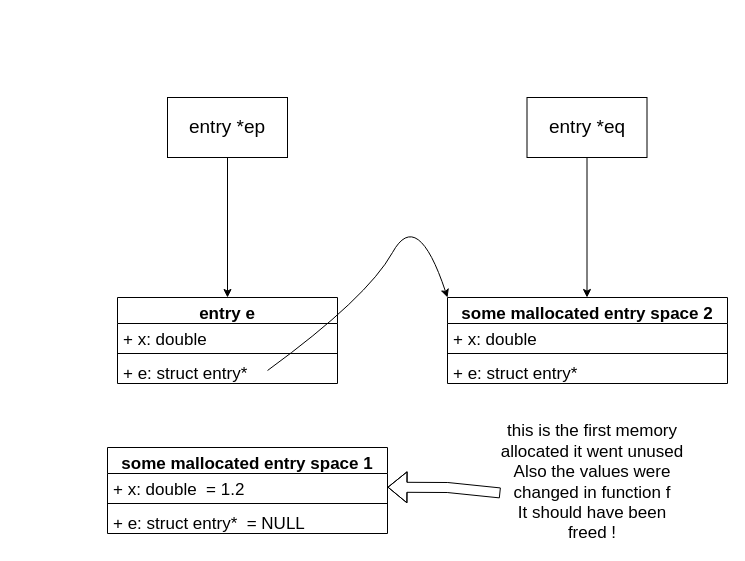
Earlier version of the draw.io diagram Assignments/5/drawings/Q2.drawio (eternalstudy30112004/DSALab). Source tidied: cells renumbered, new cells numbered last; positions are measured from the earlier drawing's top-left corner, leaving out a move shared by most shapes. Both pictures are drawn from the tidied source at 100%, with x=0, y=0 at pixel (107, 97).
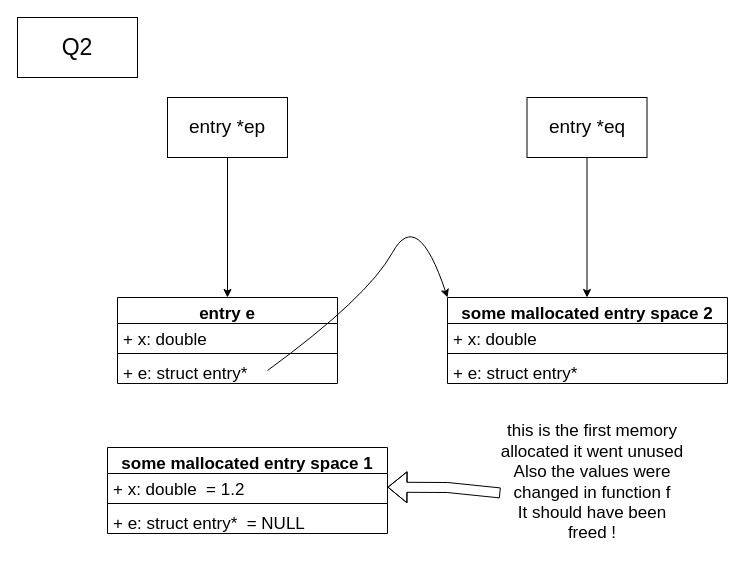
The same page after the edit.

What changed in the source:
```diff
@@
+    <mxCell id="23" value="&lt;font style=&quot;font-size: 23px;&quot;&gt;Q2&lt;/font&gt;" style="rounded=0;whiteSpace=wrap;html=1;" parent="1" vertex="1">
+      <mxGeometry x="-90" y="-80" width="120" height="60" as="geometry" />
+    </mxCell>
```
